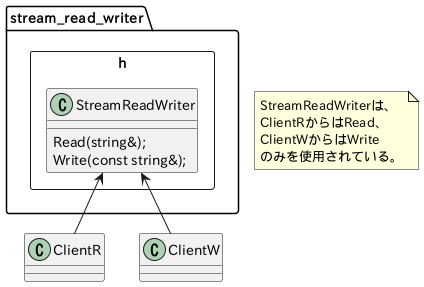
The PlantUML diagram plant_uml/isp_ng.png in ichiroprogrammer/deep_cpp, before a commit. Its diagram source:
```plantuml
@startuml

rectangle stream_read_writer.h {
    class StreamReadWriter {
        Read(string&);
        Write(const string&);
    }
}

ClientR -up-> StreamReadWriter
ClientW -up-> StreamReadWriter

note as N
StreamReadWriterは、
ClientRからはRead、
ClientWからはWrite
のみを使用されている。
end note
@enduml
```
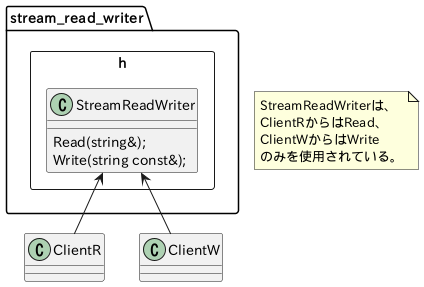
Later version of the same file.

Commit message:
apply east-const for pu

What changed in the source:
```diff
@@ -3,7 +3,7 @@
 rectangle stream_read_writer.h {
     class StreamReadWriter {
         Read(string&);
-        Write(const string&);
+        Write(string const&);
     }
 }
 
```
